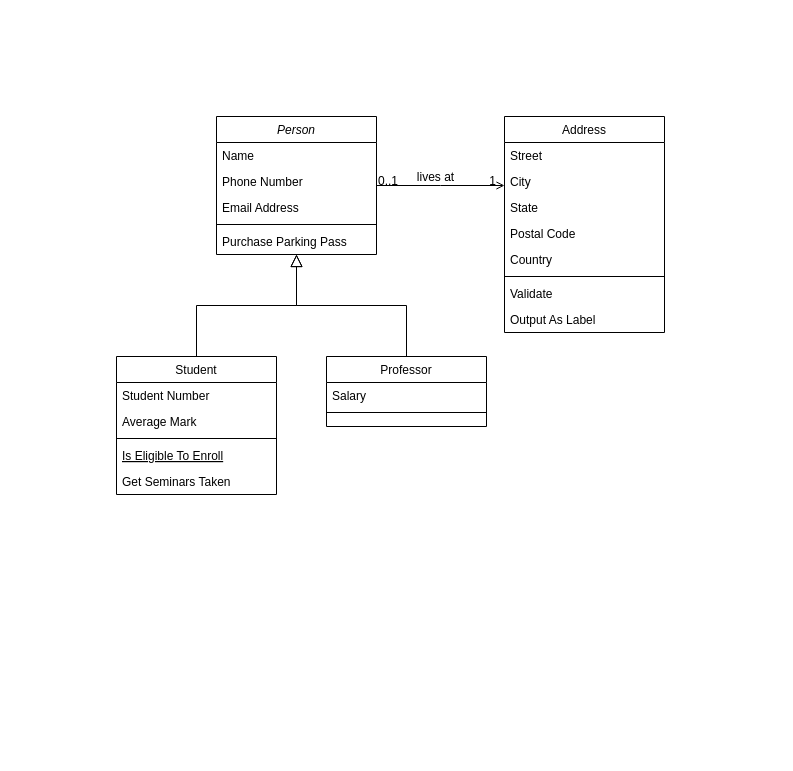
The draw.io diagram Untitled Diagram.drawio in sonitaaaaa/.net-tasking, before the edit. Source tidied: cells renumbered, new cells numbered last; positions are measured from the earlier drawing's top-left corner, leaving out a move shared by most shapes. Both pictures are drawn from the tidied source at 100%, with x=0, y=0 at pixel (116, 116).
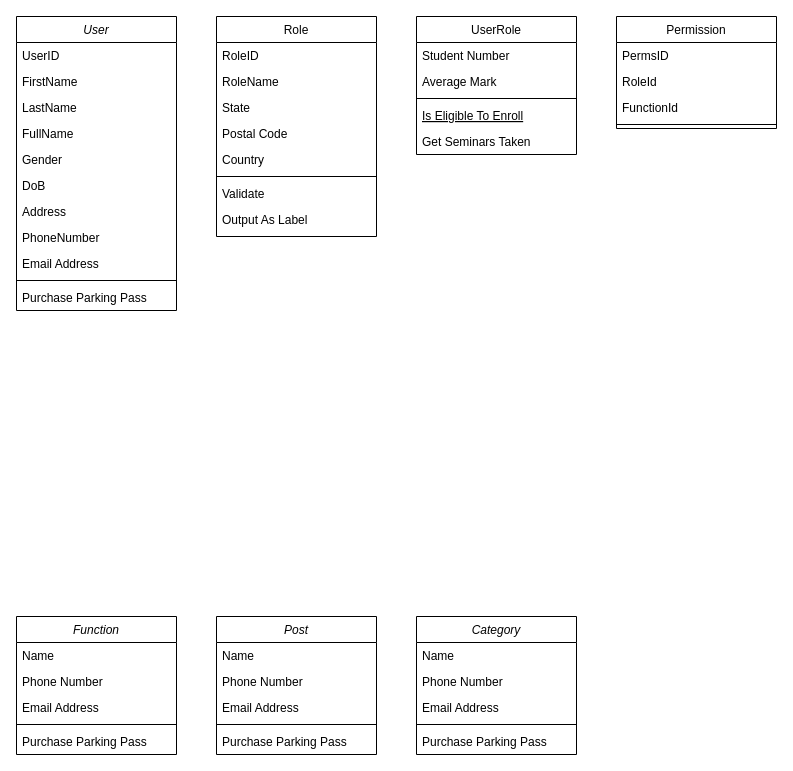
After the change.

Diff of the diagram source:
```diff
@@
-    <mxCell id="2" value="Person" style="swimlane;fontStyle=2;align=center;verticalAlign=top;horizontal=1;startSize=26;rounded=0;shadow=0;strokeWidth=1;" parent="1" vertex="1">
-      <mxGeometry x="100" width="160" height="138" as="geometry" />
+    <mxCell id="2" value="User" style="swimlane;fontStyle=2;align=center;verticalAlign=top;horizontal=1;startSize=26;rounded=0;shadow=0;strokeWidth=1;" parent="1" vertex="1">
+      <mxGeometry x="-100" y="-100" width="160" height="294" as="geometry" />
     </mxCell>
+    <mxCell id="32" value="UserID" style="text;align=left;verticalAlign=top;spacingLeft=4;spacingRight=4;overflow=hidden;" parent="2" vertex="1">
+      <mxGeometry y="26" width="160" height="26" as="geometry" />
+    </mxCell>
-    <mxCell id="3" value="Name" style="text;align=left;verticalAlign=top;spacingLeft=4;spacingRight=4;overflow=hidden;" parent="2" vertex="1">
-      <mxGeometry y="26" width="160" height="26" as="geometry" />
+    <mxCell id="3" value="FirstName" style="text;align=left;verticalAlign=top;spacingLeft=4;spacingRight=4;overflow=hidden;" parent="2" vertex="1">
+      <mxGeometry y="52" width="160" height="26" as="geometry" />
     </mxCell>
+    <mxCell id="33" value="LastName" style="text;align=left;verticalAlign=top;spacingLeft=4;spacingRight=4;overflow=hidden;" parent="2" vertex="1">
+      <mxGeometry y="78" width="160" height="26" as="geometry" />
+    </mxCell>
+    <mxCell id="34" value="FullName" style="text;align=left;verticalAlign=top;spacingLeft=4;spacingRight=4;overflow=hidden;" parent="2" vertex="1">
+      <mxGeometry y="104" width="160" height="26" as="geometry" />
+    </mxCell>
+    <mxCell id="35" value="Gender" style="text;align=left;verticalAlign=top;spacingLeft=4;spacingRight=4;overflow=hidden;" parent="2" vertex="1">
+      <mxGeometry y="130" width="160" height="26" as="geometry" />
+    </mxCell>
+    <mxCell id="36" value="DoB" style="text;align=left;verticalAlign=top;spacingLeft=4;spacingRight=4;overflow=hidden;" parent="2" vertex="1">
+      <mxGeometry y="156" width="160" height="26" as="geometry" />
+    </mxCell>
+    <mxCell id="37" value="Address" style="text;align=left;verticalAlign=top;spacingLeft=4;spacingRight=4;overflow=hidden;" parent="2" vertex="1">
+      <mxGeometry y="182" width="160" height="26" as="geometry" />
+    </mxCell>
-    <mxCell id="4" value="Phone Number" style="text;align=left;verticalAlign=top;spacingLeft=4;spacingRight=4;overflow=hidden;rounded=0;shadow=0;html=0;" parent="2" vertex="1">
-      <mxGeometry y="52" width="160" height="26" as="geometry" />
+    <mxCell id="4" value="PhoneNumber" style="text;align=left;verticalAlign=top;spacingLeft=4;spacingRight=4;overflow=hidden;rounded=0;shadow=0;html=0;" parent="2" vertex="1">
+      <mxGeometry y="208" width="160" height="26" as="geometry" />
     </mxCell>
     <mxCell id="5" value="Email Address" style="text;align=left;verticalAlign=top;spacingLeft=4;spacingRight=4;overflow=hidden;rounded=0;shadow=0;html=0;" parent="2" vertex="1">
-      <mxGeometry y="78" width="160" height="26" as="geometry" />
+      <mxGeometry y="234" width="160" height="26" as="geometry" />
     </mxCell>
     <mxCell id="6" style="line;html=1;strokeWidth=1;align=left;verticalAlign=middle;spacingTop=-1;spacingLeft=3;spacingRight=3;labelPosition=right;" parent="2" vertex="1">
-      <mxGeometry y="104" width="160" height="8" as="geometry" />
+      <mxGeometry y="260" width="160" height="8" as="geometry" />
     </mxCell>
     <mxCell id="7" value="Purchase Parking Pass" style="text;align=left;verticalAlign=top;spacingLeft=4;spacingRight=4;overflow=hidden;" parent="2" vertex="1">
-      <mxGeometry y="112" width="160" height="26" as="geometry" />
+      <mxGeometry y="268" width="160" height="26" as="geometry" />
     </mxCell>
-    <mxCell id="8" value="Student" style="swimlane;fontStyle=0;align=center;verticalAlign=top;horizontal=1;startSize=26;rounded=0;shadow=0;strokeWidth=1;" parent="1" vertex="1">
-      <mxGeometry y="240" width="160" height="138" as="geometry" />
+    <mxCell id="8" value="UserRole&#10;" style="swimlane;fontStyle=0;align=center;verticalAlign=top;horizontal=1;startSize=26;rounded=0;shadow=0;strokeWidth=1;" parent="1" vertex="1">
+      <mxGeometry x="300" y="-100" width="160" height="138" as="geometry" />
     </mxCell>
@@
-    <mxCell id="14" style="endArrow=block;endSize=10;endFill=0;shadow=0;strokeWidth=1;rounded=0;edgeStyle=elbowEdgeStyle;elbow=vertical;" parent="1" edge="1" source="8" target="2">
-      <mxGeometry relative="1" as="geometry" />
-    </mxCell>
-    <mxCell id="15" value="Professor" style="swimlane;fontStyle=0;align=center;verticalAlign=top;horizontal=1;startSize=26;rounded=0;shadow=0;strokeWidth=1;" parent="1" vertex="1">
-      <mxGeometry x="210" y="240" width="160" height="70" as="geometry" />
+    <mxCell id="15" value="Permission" style="swimlane;fontStyle=0;align=center;verticalAlign=top;horizontal=1;startSize=26;rounded=0;shadow=0;strokeWidth=1;" parent="1" vertex="1">
+      <mxGeometry x="500" y="-100" width="160" height="112" as="geometry" />
     </mxCell>
-    <mxCell id="16" value="Salary" style="text;align=left;verticalAlign=top;spacingLeft=4;spacingRight=4;overflow=hidden;" parent="15" vertex="1">
+    <mxCell id="16" value="PermsID" style="text;align=left;verticalAlign=top;spacingLeft=4;spacingRight=4;overflow=hidden;" parent="15" vertex="1">
       <mxGeometry y="26" width="160" height="26" as="geometry" />
     </mxCell>
+    <mxCell id="38" value="RoleId" style="text;align=left;verticalAlign=top;spacingLeft=4;spacingRight=4;overflow=hidden;" parent="15" vertex="1">
+      <mxGeometry y="52" width="160" height="26" as="geometry" />
+    </mxCell>
+    <mxCell id="39" value="FunctionId" style="text;align=left;verticalAlign=top;spacingLeft=4;spacingRight=4;overflow=hidden;" parent="15" vertex="1">
+      <mxGeometry y="78" width="160" height="26" as="geometry" />
+    </mxCell>
     <mxCell id="17" style="line;html=1;strokeWidth=1;align=left;verticalAlign=middle;spacingTop=-1;spacingLeft=3;spacingRight=3;labelPosition=right;" parent="15" vertex="1">
-      <mxGeometry y="52" width="160" height="8" as="geometry" />
+      <mxGeometry y="104" width="160" height="8" as="geometry" />
     </mxCell>
-    <mxCell id="18" style="endArrow=block;endSize=10;endFill=0;shadow=0;strokeWidth=1;rounded=0;edgeStyle=elbowEdgeStyle;elbow=vertical;" parent="1" edge="1" source="15" target="2">
-      <mxGeometry relative="1" as="geometry" />
-    </mxCell>
-    <mxCell id="19" value="Address" style="swimlane;fontStyle=0;align=center;verticalAlign=top;horizontal=1;startSize=26;rounded=0;shadow=0;strokeWidth=1;" parent="1" vertex="1">
-      <mxGeometry x="388" width="160" height="216" as="geometry" />
+    <mxCell id="19" value="Role" style="swimlane;fontStyle=0;align=center;verticalAlign=top;horizontal=1;startSize=26;rounded=0;shadow=0;strokeWidth=1;" parent="1" vertex="1">
+      <mxGeometry x="100" y="-100" width="160" height="220" as="geometry" />
     </mxCell>
-    <mxCell id="20" value="Street" style="text;align=left;verticalAlign=top;spacingLeft=4;spacingRight=4;overflow=hidden;" parent="19" vertex="1">
+    <mxCell id="20" value="RoleID" style="text;align=left;verticalAlign=top;spacingLeft=4;spacingRight=4;overflow=hidden;" parent="19" vertex="1">
       <mxGeometry y="26" width="160" height="26" as="geometry" />
     </mxCell>
-    <mxCell id="21" value="City" style="text;align=left;verticalAlign=top;spacingLeft=4;spacingRight=4;overflow=hidden;rounded=0;shadow=0;html=0;" parent="19" vertex="1">
+    <mxCell id="21" value="RoleName" style="text;align=left;verticalAlign=top;spacingLeft=4;spacingRight=4;overflow=hidden;rounded=0;shadow=0;html=0;" parent="19" vertex="1">
       <mxGeometry y="52" width="160" height="26" as="geometry" />
     </mxCell>
@@
     <mxCell id="27" value="Output As Label" style="text;align=left;verticalAlign=top;spacingLeft=4;spacingRight=4;overflow=hidden;" parent="19" vertex="1">
-      <mxGeometry y="190" width="160" height="26" as="geometry" />
+      <mxGeometry y="190" width="160" height="30" as="geometry" />
     </mxCell>
-    <mxCell id="28" style="endArrow=open;shadow=0;strokeWidth=1;rounded=0;endFill=1;edgeStyle=elbowEdgeStyle;elbow=vertical;" parent="1" edge="1" source="2" target="19">
-      <mxGeometry x="0.5" y="41" relative="1" as="geometry">
-        <mxPoint x="-40" y="32" as="offset" />
-      </mxGeometry>
-    </mxCell>
-    <mxCell id="29" value="0..1" style="align=left;verticalAlign=bottom;labelBackgroundColor=none;fontSize=12;" parent="28" vertex="1">
-      <mxGeometry x="-1" relative="1" as="geometry">
-        <mxPoint y="4" as="offset" />
-      </mxGeometry>
-    </mxCell>
-    <mxCell id="30" value="1" style="align=right;verticalAlign=bottom;labelBackgroundColor=none;fontSize=12;" parent="28" vertex="1">
-      <mxGeometry x="1" relative="1" as="geometry">
-        <mxPoint x="-7" y="4" as="offset" />
-      </mxGeometry>
-    </mxCell>
-    <mxCell id="31" value="lives at" style="text;html=1;align=center;verticalAlign=middle;labelBackgroundColor=none;rounded=0;shadow=0;strokeWidth=1;fontSize=12;" parent="28" vertex="1">
-      <mxGeometry x="0.5" y="49" relative="1" as="geometry">
-        <mxPoint x="-38" y="40" as="offset" />
-      </mxGeometry>
-    </mxCell>
+    <mxCell id="40" value="Function" style="swimlane;fontStyle=2;align=center;verticalAlign=top;horizontal=1;startSize=26;rounded=0;shadow=0;strokeWidth=1;" parent="1" vertex="1">
+      <mxGeometry x="-100" y="500" width="160" height="138" as="geometry" />
+    </mxCell>
+    <mxCell id="41" value="Name" style="text;align=left;verticalAlign=top;spacingLeft=4;spacingRight=4;overflow=hidden;" parent="40" vertex="1">
+      <mxGeometry y="26" width="160" height="26" as="geometry" />
+    </mxCell>
+    <mxCell id="42" value="Phone Number" style="text;align=left;verticalAlign=top;spacingLeft=4;spacingRight=4;overflow=hidden;rounded=0;shadow=0;html=0;" parent="40" vertex="1">
+      <mxGeometry y="52" width="160" height="26" as="geometry" />
+    </mxCell>
+    <mxCell id="43" value="Email Address" style="text;align=left;verticalAlign=top;spacingLeft=4;spacingRight=4;overflow=hidden;rounded=0;shadow=0;html=0;" parent="40" vertex="1">
+      <mxGeometry y="78" width="160" height="26" as="geometry" />
+    </mxCell>
+    <mxCell id="44" style="line;html=1;strokeWidth=1;align=left;verticalAlign=middle;spacingTop=-1;spacingLeft=3;spacingRight=3;labelPosition=right;" parent="40" vertex="1">
+      <mxGeometry y="104" width="160" height="8" as="geometry" />
+    </mxCell>
+    <mxCell id="45" value="Purchase Parking Pass" style="text;align=left;verticalAlign=top;spacingLeft=4;spacingRight=4;overflow=hidden;" parent="40" vertex="1">
+      <mxGeometry y="112" width="160" height="26" as="geometry" />
+    </mxCell>
+    <mxCell id="46" value="Post" style="swimlane;fontStyle=2;align=center;verticalAlign=top;horizontal=1;startSize=26;rounded=0;shadow=0;strokeWidth=1;" parent="1" vertex="1">
+      <mxGeometry x="100" y="500" width="160" height="138" as="geometry" />
+    </mxCell>
+    <mxCell id="47" value="Name" style="text;align=left;verticalAlign=top;spacingLeft=4;spacingRight=4;overflow=hidden;" parent="46" vertex="1">
+      <mxGeometry y="26" width="160" height="26" as="geometry" />
+    </mxCell>
+    <mxCell id="48" value="Phone Number" style="text;align=left;verticalAlign=top;spacingLeft=4;spacingRight=4;overflow=hidden;rounded=0;shadow=0;html=0;" parent="46" vertex="1">
+      <mxGeometry y="52" width="160" height="26" as="geometry" />
+    </mxCell>
+    <mxCell id="49" value="Email Address" style="text;align=left;verticalAlign=top;spacingLeft=4;spacingRight=4;overflow=hidden;rounded=0;shadow=0;html=0;" parent="46" vertex="1">
+      <mxGeometry y="78" width="160" height="26" as="geometry" />
+    </mxCell>
+    <mxCell id="50" style="line;html=1;strokeWidth=1;align=left;verticalAlign=middle;spacingTop=-1;spacingLeft=3;spacingRight=3;labelPosition=right;" parent="46" vertex="1">
+      <mxGeometry y="104" width="160" height="8" as="geometry" />
+    </mxCell>
+    <mxCell id="51" value="Purchase Parking Pass" style="text;align=left;verticalAlign=top;spacingLeft=4;spacingRight=4;overflow=hidden;" parent="46" vertex="1">
+      <mxGeometry y="112" width="160" height="26" as="geometry" />
+    </mxCell>
+    <mxCell id="52" value="Category" style="swimlane;fontStyle=2;align=center;verticalAlign=top;horizontal=1;startSize=26;rounded=0;shadow=0;strokeWidth=1;" parent="1" vertex="1">
+      <mxGeometry x="300" y="500" width="160" height="138" as="geometry" />
+    </mxCell>
+    <mxCell id="53" value="Name" style="text;align=left;verticalAlign=top;spacingLeft=4;spacingRight=4;overflow=hidden;" parent="52" vertex="1">
+      <mxGeometry y="26" width="160" height="26" as="geometry" />
+    </mxCell>
+    <mxCell id="54" value="Phone Number" style="text;align=left;verticalAlign=top;spacingLeft=4;spacingRight=4;overflow=hidden;rounded=0;shadow=0;html=0;" parent="52" vertex="1">
+      <mxGeometry y="52" width="160" height="26" as="geometry" />
+    </mxCell>
+    <mxCell id="55" value="Email Address" style="text;align=left;verticalAlign=top;spacingLeft=4;spacingRight=4;overflow=hidden;rounded=0;shadow=0;html=0;" parent="52" vertex="1">
+      <mxGeometry y="78" width="160" height="26" as="geometry" />
+    </mxCell>
+    <mxCell id="56" style="line;html=1;strokeWidth=1;align=left;verticalAlign=middle;spacingTop=-1;spacingLeft=3;spacingRight=3;labelPosition=right;" parent="52" vertex="1">
+      <mxGeometry y="104" width="160" height="8" as="geometry" />
+    </mxCell>
+    <mxCell id="57" value="Purchase Parking Pass" style="text;align=left;verticalAlign=top;spacingLeft=4;spacingRight=4;overflow=hidden;" parent="52" vertex="1">
+      <mxGeometry y="112" width="160" height="26" as="geometry" />
+    </mxCell>
```
